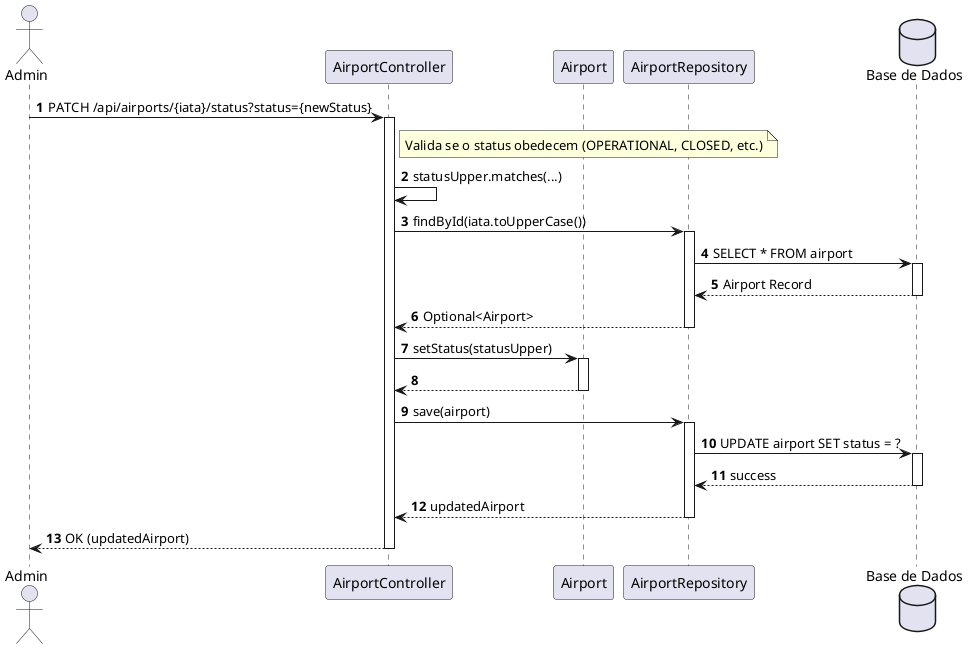
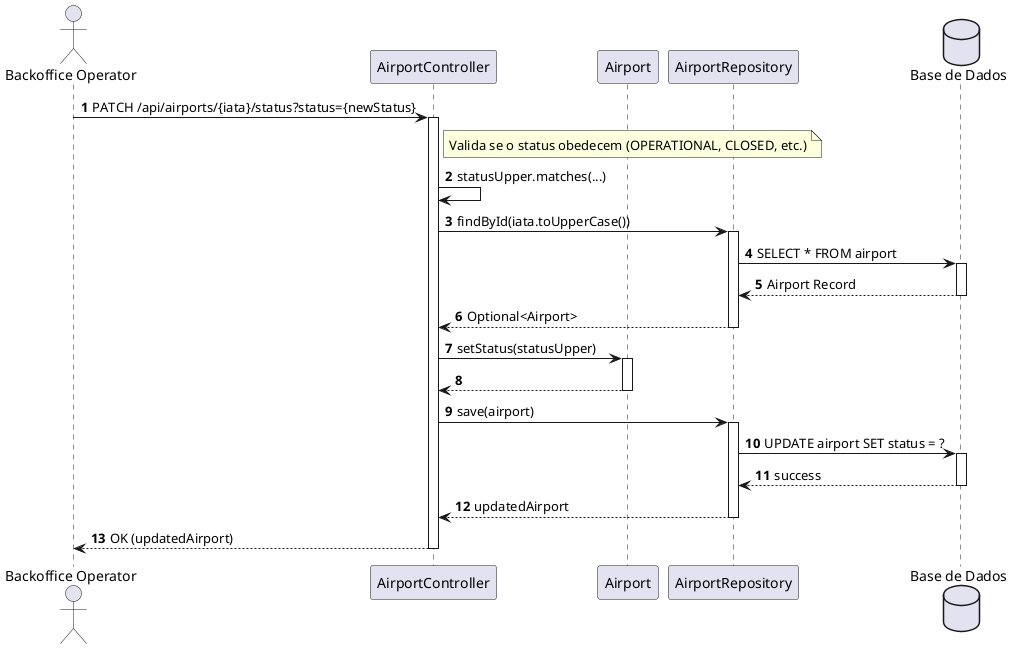
@startuml
autonumber
skinparam packageStyle rectangle

- actor "Admin" as User
+ actor "Backoffice Operator" as User
participant "AirportController" as Ctrl
participant "Airport" as Model
participant "AirportRepository" as Repo
database "Base de Dados" as DB

User -> Ctrl : PATCH /api/airports/{iata}/status?status={newStatus}
activate Ctrl

note right of Ctrl: Valida se o status obedecem (OPERATIONAL, CLOSED, etc.)
Ctrl -> Ctrl : statusUpper.matches(...)

Ctrl -> Repo : findById(iata.toUpperCase())
activate Repo
Repo -> DB : SELECT * FROM airport
activate DB
DB --> Repo : Airport Record
deactivate DB
Repo --> Ctrl : Optional<Airport>
deactivate Repo

Ctrl -> Model : setStatus(statusUpper)
activate Model
Model --> Ctrl :
deactivate Model

Ctrl -> Repo : save(airport)
activate Repo
Repo -> DB : UPDATE airport SET status = ?
activate DB
DB --> Repo : success
deactivate DB
Repo --> Ctrl : updatedAirport
deactivate Repo

Ctrl --> User : OK (updatedAirport)
deactivate Ctrl
@enduml